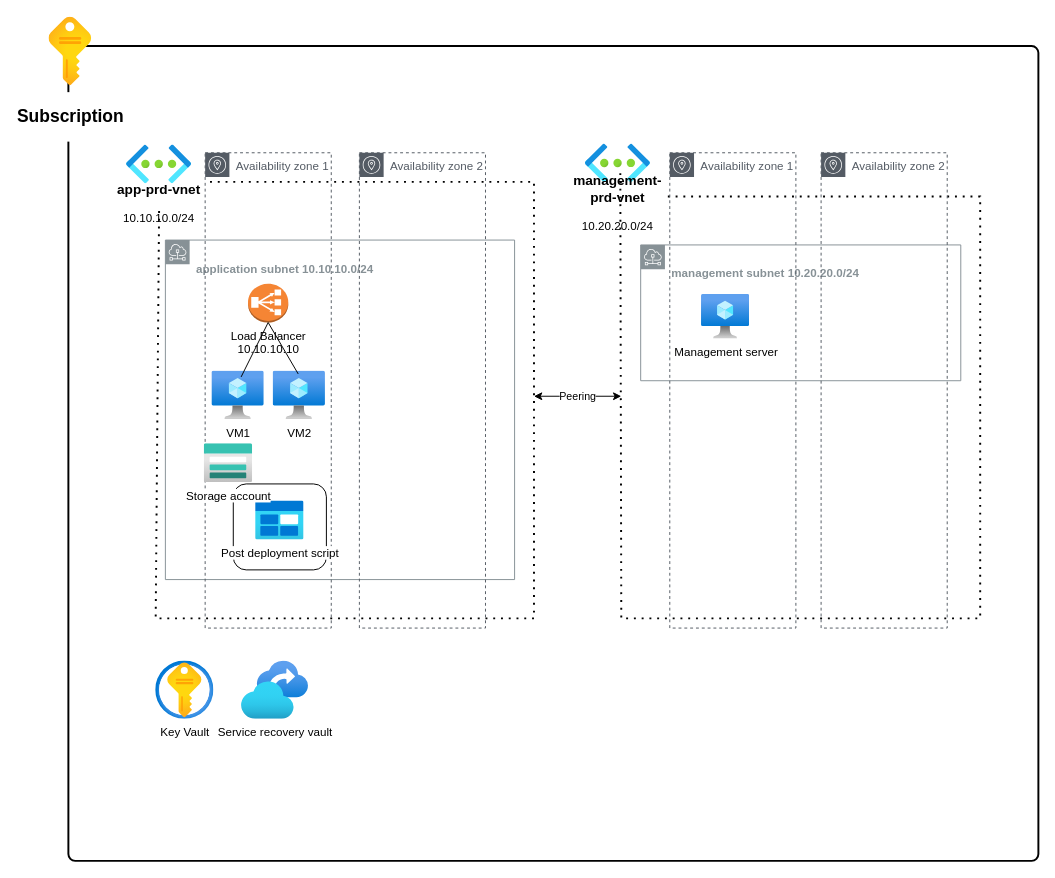
Earlier version of the draw.io diagram 11-16_PRO-01/Ontwerp Diagram.drawio (techgrounds/techgrounds-JonBoers). Source tidied: cells renumbered, new cells numbered last; positions are measured from the earlier drawing's top-left corner, leaving out a move shared by most shapes. Both pictures are drawn from the tidied source at 97%, with x=0, y=0 at pixel (48, 16).
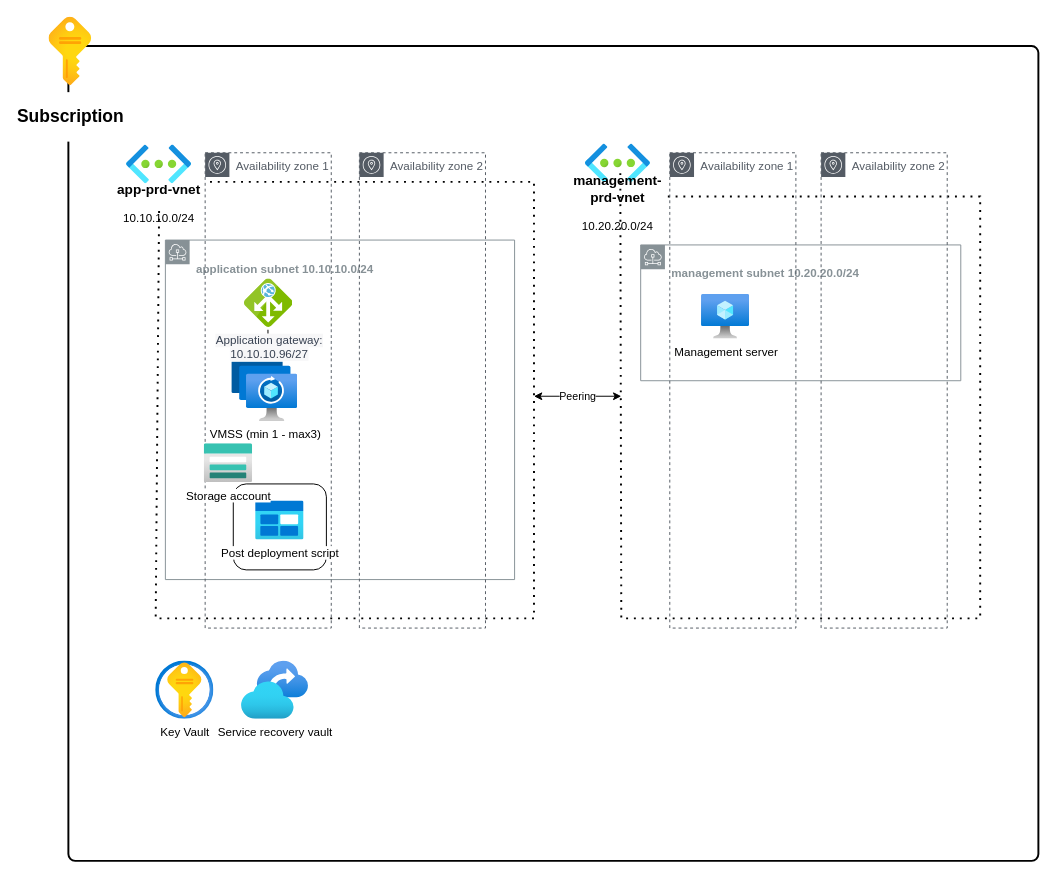
The same page after the edit.

What changed in the source:
```diff
@@
-    <mxCell id="21" style="group;" parent="1" vertex="1">
-      <mxGeometry x="168" y="275" width="117" height="140" as="geometry" />
-    </mxCell>
-    <mxCell id="22" value="VM1" style="image;html=1;points=[];align=center;fontSize=12;image=img/lib/azure2/compute/Virtual_Machine.svg;" parent="21" vertex="1">
-      <mxGeometry y="90" width="53.9" height="50" as="geometry" />
-    </mxCell>
-    <mxCell id="23" value="VM2" style="image;html=1;points=[];align=center;fontSize=12;image=img/lib/azure2/compute/Virtual_Machine.svg;" parent="21" vertex="1">
-      <mxGeometry x="63.1" y="90" width="53.9" height="50" as="geometry" />
-    </mxCell>
-    <mxCell id="24" value="Load Balancer&lt;br&gt;10.10.10.10" style="outlineConnect=0;dashed=0;verticalLabelPosition=bottom;verticalAlign=top;align=center;html=1;shape=mxgraph.aws3.classic_load_balancer;fillColor=#F58534;gradientColor=none;" parent="21" vertex="1">
-      <mxGeometry x="37.2" width="41.5" height="40" as="geometry" />
-    </mxCell>
-    <mxCell id="25" style="endArrow=none;html=1;entryX=0.5;entryY=1;entryDx=0;entryDy=0;entryPerimeter=0;exitX=0.558;exitY=0.122;exitDx=0;exitDy=0;exitPerimeter=0;" parent="21" edge="1" source="22" target="24">
-      <mxGeometry relative="1" as="geometry" />
-    </mxCell>
-    <mxCell id="26" style="endArrow=none;html=1;entryX=0.5;entryY=1;entryDx=0;entryDy=0;entryPerimeter=0;exitX=0.479;exitY=0.06;exitDx=0;exitDy=0;exitPerimeter=0;" parent="21" edge="1" source="23" target="24">
-      <mxGeometry relative="1" as="geometry" />
-    </mxCell>
@@
+    <mxCell id="31" value="VMSS (min 1 - max3)" style="html=1;points=[];align=center;image;fontSize=12;image=img/lib/azure2/networking/Spot_VMSS.svg;fontFamily=Helvetica;" parent="1" vertex="1">
+      <mxGeometry x="188.5" y="353" width="68" height="64" as="geometry" />
+    </mxCell>
+    <mxCell id="26" style="endArrow=none;html=1;entryX=0.485;entryY=1.049;entryDx=0;entryDy=0;entryPerimeter=0;exitX=0.55;exitY=0.003;exitDx=0;exitDy=0;exitPerimeter=0;" parent="1" edge="1" source="31" target="32">
+      <mxGeometry relative="1" as="geometry" />
+    </mxCell>
+    <mxCell id="32" value="&lt;span style=&quot;color: rgb(55, 65, 81); text-align: left; background-color: rgb(247, 247, 248);&quot;&gt;&lt;font style=&quot;font-size: 12px;&quot;&gt;Application gateway:&lt;br&gt;10.10.10.96/27&lt;/font&gt;&lt;br&gt;&lt;/span&gt;" style="sketch=0;html=1;points=[];align=center;image;fontSize=12;image=img/lib/mscae/Application_Gateway.svg;" parent="1" vertex="1">
+      <mxGeometry x="201.5" y="270" width="50" height="50" as="geometry" />
+    </mxCell>
```
